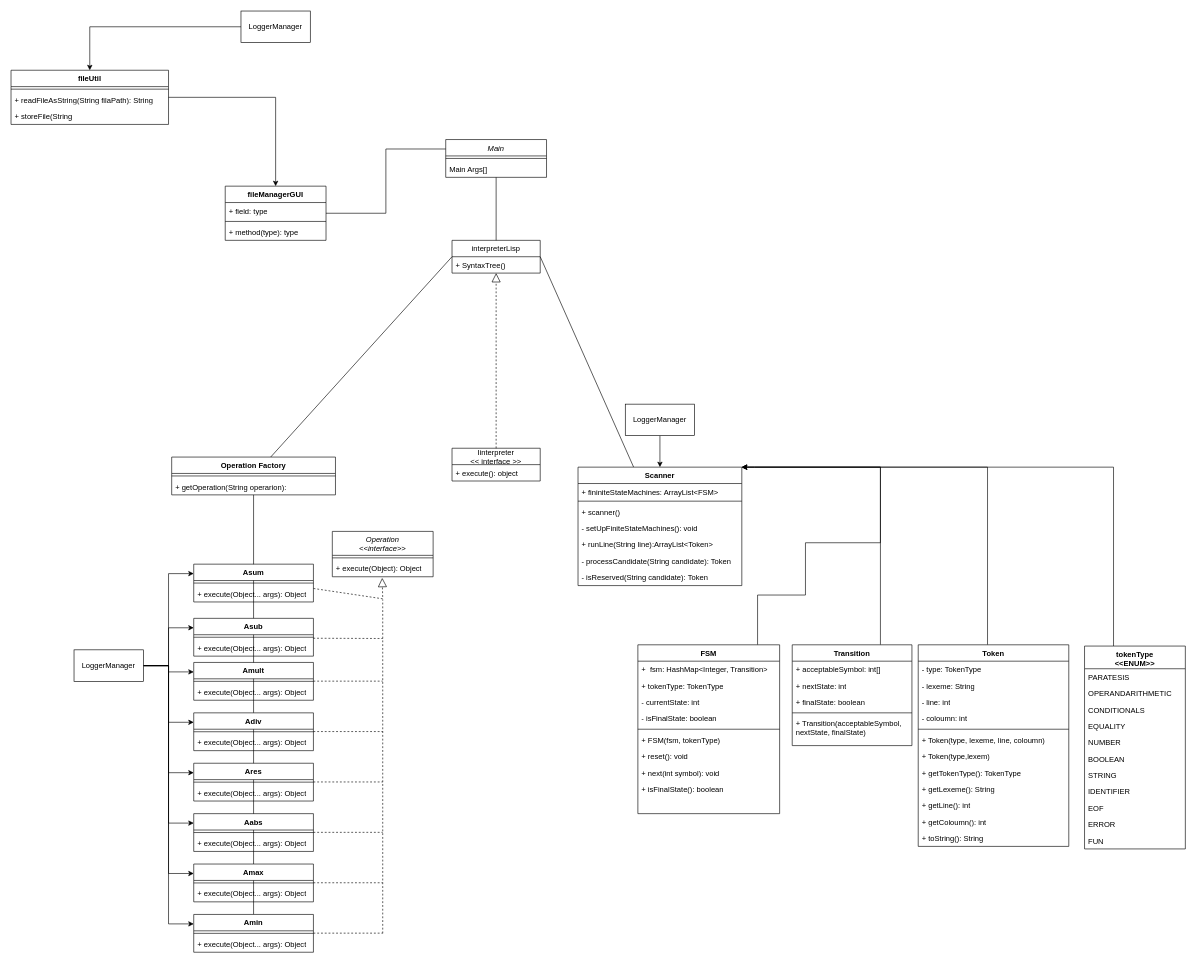
Earlier version of the draw.io diagram project1/Analysis/ULM.drawio (adrianArimany/proyectos_AED). Source tidied: cells renumbered, new cells numbered last; positions are measured from the earlier drawing's top-left corner, leaving out a move shared by most shapes. Both pictures are drawn from the tidied source at 63%, with x=0, y=0 at pixel (11, 11).
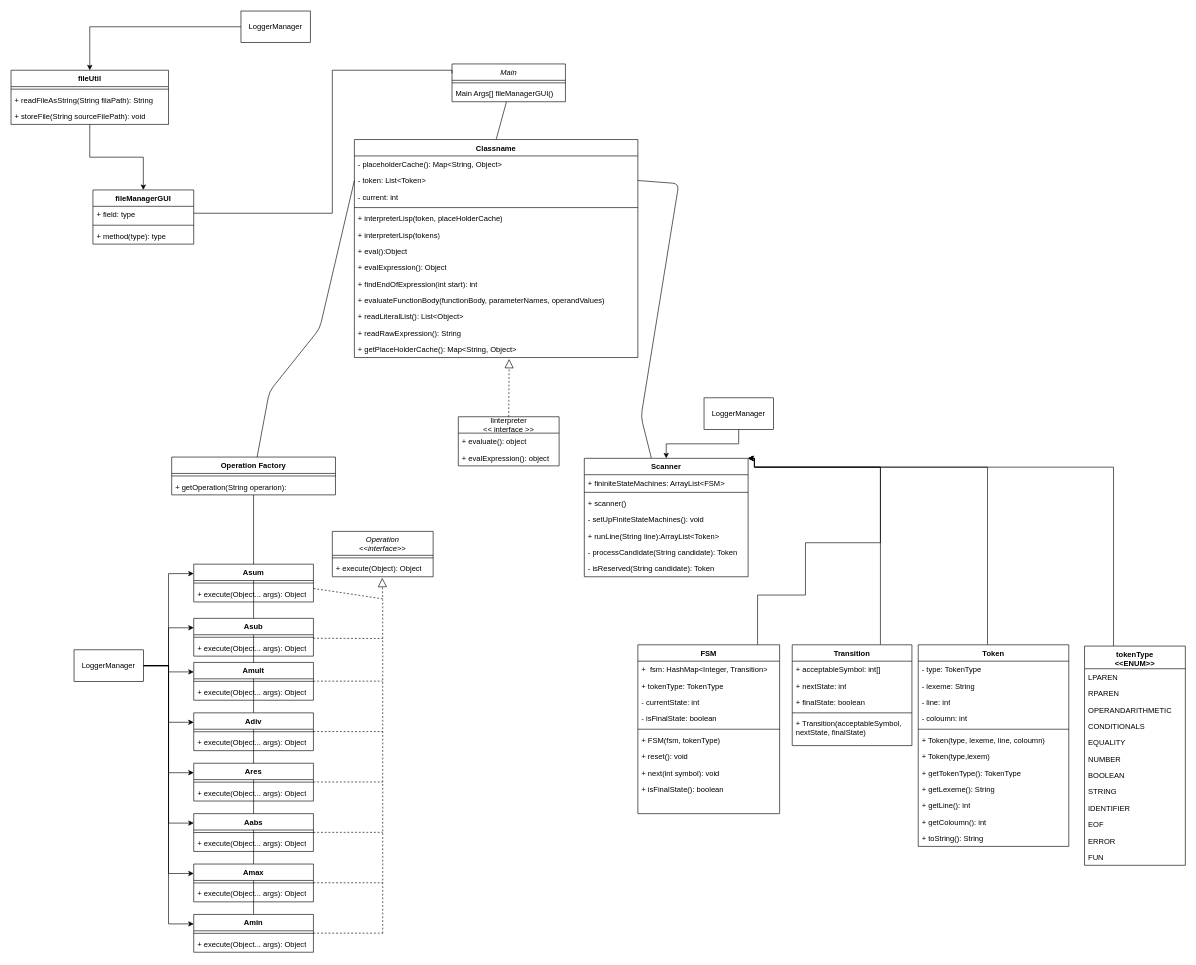
After the change.

The change refers to these unchanged cells:
```xml
<mxCell id="7" value="Operation Factory" style="swimlane;fontStyle=1;align=center;verticalAlign=top;horizontal=1;startSize=26;" parent="1" vertex="1">
  <mxGeometry x="255" y="708" width="260" height="60" as="geometry" />
</mxCell>
<mxCell id="100" value="fileUtil" style="swimlane;fontStyle=1;align=center;verticalAlign=top;horizontal=1;startSize=26;whiteSpace=wrap;html=1;" parent="1" vertex="1">
  <mxGeometry y="94" width="250" height="86" as="geometry" />
</mxCell>
```

Change to the diagram source:
```diff
@@
     <mxCell id="3" value="Main" style="swimlane;fontStyle=2;align=center;verticalAlign=top;horizontal=1;startSize=26;rounded=0;shadow=0;strokeWidth=1;" parent="1" vertex="1">
-      <mxGeometry x="690" y="204" width="160" height="60" as="geometry" />
+      <mxGeometry x="700" y="84" width="180" height="60" as="geometry" />
     </mxCell>
     <mxCell id="4" style="line;html=1;strokeWidth=1;align=left;verticalAlign=middle;spacingTop=-1;spacingLeft=3;spacingRight=3;labelPosition=right;" parent="3" vertex="1">
-      <mxGeometry y="26" width="160" height="8" as="geometry" />
+      <mxGeometry y="26" width="180" height="8" as="geometry" />
     </mxCell>
-    <mxCell id="5" value="Main Args[]" style="text;align=left;verticalAlign=top;spacingLeft=4;spacingRight=4;overflow=hidden;points=[[0,0.5],[1,0.5]];portConstraint=eastwest;" parent="3" vertex="1">
-      <mxGeometry y="34" width="160" height="26" as="geometry" />
+    <mxCell id="5" value="Main Args[] fileManagerGUI()" style="text;align=left;verticalAlign=top;spacingLeft=4;spacingRight=4;overflow=hidden;points=[[0,0.5],[1,0.5]];portConstraint=eastwest;" parent="3" vertex="1">
+      <mxGeometry y="34" width="180" height="26" as="geometry" />
     </mxCell>
-    <mxCell id="6" style="edgeStyle=none;html=1;entryX=0;entryY=0.5;entryDx=0;entryDy=0;endArrow=none;endFill=0;" parent="1" edge="1" source="7" target="56">
-      <mxGeometry relative="1" as="geometry" />
+    <mxCell id="6" style="edgeStyle=none;html=1;entryX=0;entryY=0.5;entryDx=0;entryDy=0;endArrow=none;endFill=0;" parent="1" edge="1" source="7" target="134">
+      <mxGeometry relative="1" as="geometry">
+        <Array as="points">
+          <mxPoint x="410" y="604" />
+          <mxPoint x="490" y="504" />
+        </Array>
+      </mxGeometry>
     </mxCell>
@@
-    <mxCell id="10" style="edgeStyle=none;html=1;entryX=1;entryY=0.5;entryDx=0;entryDy=0;endArrow=none;endFill=0;" parent="1" edge="1" source="11" target="56">
-      <mxGeometry relative="1" as="geometry" />
+    <mxCell id="10" style="edgeStyle=none;html=1;entryX=1;entryY=0.5;entryDx=0;entryDy=0;endArrow=none;endFill=0;" parent="1" edge="1" source="11" target="134">
+      <mxGeometry relative="1" as="geometry">
+        <Array as="points">
+          <mxPoint x="1000" y="644" />
+          <mxPoint x="1060" y="274" />
+        </Array>
+      </mxGeometry>
     </mxCell>
     <mxCell id="11" value="Scanner" style="swimlane;fontStyle=1;align=center;verticalAlign=top;horizontal=1;startSize=26;" parent="1" vertex="1">
-      <mxGeometry x="900" y="724" width="260" height="188" as="geometry" />
+      <mxGeometry x="910" y="710" width="260" height="188" as="geometry" />
     </mxCell>
@@
-    <mxCell id="55" style="edgeStyle=none;html=1;endArrow=none;endFill=0;" parent="1" edge="1" source="56" target="5">
+    <mxCell id="55" style="edgeStyle=none;html=1;endArrow=none;endFill=0;exitX=0.5;exitY=0;exitDx=0;exitDy=0;" parent="1" edge="1" source="132" target="5">
       <mxGeometry relative="1" as="geometry" />
     </mxCell>
-    <mxCell id="56" value="interpreterLisp" style="swimlane;fontStyle=0;horizontal=1;startSize=26;fillColor=none;" parent="1" vertex="1">
-      <mxGeometry x="700" y="364" width="140" height="52" as="geometry" />
-    </mxCell>
-    <mxCell id="57" value="+ SyntaxTree() " style="text;strokeColor=none;fillColor=none;align=left;verticalAlign=top;spacingLeft=4;spacingRight=4;overflow=hidden;points=[[0,0.5],[1,0.5]];portConstraint=eastwest;" parent="56" vertex="1">
-      <mxGeometry y="26" width="140" height="26" as="geometry" />
-    </mxCell>
     <mxCell id="58" value="Iinterpreter&#10;&lt;&lt; interface &gt;&gt;" style="swimlane;fontStyle=0;horizontal=1;startSize=26;fillColor=none;" parent="1" vertex="1">
-      <mxGeometry x="700" y="694" width="140" height="52" as="geometry" />
+      <mxGeometry x="710" y="644" width="160" height="78" as="geometry" />
     </mxCell>
-    <mxCell id="59" value="+ execute(): object" style="text;strokeColor=none;fillColor=none;align=left;verticalAlign=top;spacingLeft=4;spacingRight=4;overflow=hidden;" parent="58" vertex="1">
-      <mxGeometry y="26" width="140" height="26" as="geometry" />
+    <mxCell id="59" value="+ evaluate(): object" style="text;strokeColor=none;fillColor=none;align=left;verticalAlign=top;spacingLeft=4;spacingRight=4;overflow=hidden;" parent="58" vertex="1">
+      <mxGeometry y="26" width="160" height="26" as="geometry" />
     </mxCell>
+    <mxCell id="130" value="+ evalExpression(): object" style="text;strokeColor=none;fillColor=none;align=left;verticalAlign=top;spacingLeft=4;spacingRight=4;overflow=hidden;" parent="58" vertex="1">
+      <mxGeometry y="52" width="160" height="26" as="geometry" />
+    </mxCell>
-    <mxCell id="60" style="endArrow=block;dashed=1;endFill=0;endSize=12;html=1;exitX=0.5;exitY=0;exitDx=0;exitDy=0;" parent="1" edge="1" source="58" target="57">
+    <mxCell id="60" style="endArrow=block;dashed=1;endFill=0;endSize=12;html=1;exitX=0.5;exitY=0;exitDx=0;exitDy=0;entryX=0.546;entryY=1.09;entryDx=0;entryDy=0;entryPerimeter=0;" parent="1" edge="1" source="58" target="145">
       <mxGeometry relative="1" as="geometry" />
     </mxCell>
@@
     <mxCell id="94" style="edgeStyle=orthogonalEdgeStyle;rounded=0;jettySize=auto;html=1;entryX=0;entryY=0.25;entryDx=0;entryDy=0;endArrow=none;startFill=0;" parent="1" edge="1" source="95" target="3">
-      <mxGeometry relative="1" as="geometry" />
+      <mxGeometry relative="1" as="geometry">
+        <Array as="points">
+          <mxPoint x="510" y="321" />
+          <mxPoint x="510" y="94" />
+          <mxPoint x="700" y="94" />
+        </Array>
+      </mxGeometry>
     </mxCell>
     <mxCell id="95" value="fileManagerGUI" style="swimlane;fontStyle=1;align=center;verticalAlign=top;horizontal=1;startSize=26;whiteSpace=wrap;html=1;" parent="1" vertex="1">
-      <mxGeometry x="340" y="278" width="160" height="86" as="geometry" />
+      <mxGeometry x="130" y="284" width="160" height="86" as="geometry" />
     </mxCell>
@@
-    <mxCell id="103" value="+ storeFile(String&amp;nbsp;" style="text;strokeColor=none;fillColor=none;align=left;verticalAlign=top;spacingLeft=4;spacingRight=4;overflow=hidden;whiteSpace=wrap;html=1;" parent="100" vertex="1">
+    <mxCell id="103" value="+ storeFile(String sourceFilePath): void" style="text;strokeColor=none;fillColor=none;align=left;verticalAlign=top;spacingLeft=4;spacingRight=4;overflow=hidden;whiteSpace=wrap;html=1;" parent="100" vertex="1">
       <mxGeometry y="60" width="250" height="26" as="geometry" />
     </mxCell>
@@
     <mxCell id="105" value="tokenType&lt;br&gt;&amp;lt;&amp;lt;ENUM&amp;gt;&amp;gt;" style="swimlane;fontStyle=1;align=center;verticalAlign=top;horizontal=1;startSize=36;whiteSpace=wrap;html=1;" parent="1" vertex="1">
-      <mxGeometry x="1704" y="1008" width="160" height="322" as="geometry" />
+      <mxGeometry x="1704" y="1008" width="160" height="348" as="geometry" />
     </mxCell>
-    <mxCell id="106" value="PARATESIS" style="text;strokeColor=none;fillColor=none;align=left;verticalAlign=top;spacingLeft=4;spacingRight=4;overflow=hidden;whiteSpace=wrap;html=1;" parent="105" vertex="1">
+    <mxCell id="106" value="LPAREN" style="text;strokeColor=none;fillColor=none;align=left;verticalAlign=top;spacingLeft=4;spacingRight=4;overflow=hidden;whiteSpace=wrap;html=1;" parent="105" vertex="1">
       <mxGeometry y="36" width="160" height="26" as="geometry" />
     </mxCell>
+    <mxCell id="131" value="RPAREN" style="text;strokeColor=none;fillColor=none;align=left;verticalAlign=top;spacingLeft=4;spacingRight=4;overflow=hidden;whiteSpace=wrap;html=1;" parent="105" vertex="1">
+      <mxGeometry y="62" width="160" height="26" as="geometry" />
+    </mxCell>
     <mxCell id="107" value="OPERANDARITHMETIC" style="text;strokeColor=none;fillColor=none;align=left;verticalAlign=top;spacingLeft=4;spacingRight=4;overflow=hidden;whiteSpace=wrap;html=1;" parent="105" vertex="1">
-      <mxGeometry y="62" width="160" height="26" as="geometry" />
+      <mxGeometry y="88" width="160" height="26" as="geometry" />
     </mxCell>
     <mxCell id="108" value="CONDITIONALS" style="text;strokeColor=none;fillColor=none;align=left;verticalAlign=top;spacingLeft=4;spacingRight=4;overflow=hidden;whiteSpace=wrap;html=1;" parent="105" vertex="1">
-      <mxGeometry y="88" width="160" height="26" as="geometry" />
+      <mxGeometry y="114" width="160" height="26" as="geometry" />
     </mxCell>
     <mxCell id="109" value="EQUALITY" style="text;strokeColor=none;fillColor=none;align=left;verticalAlign=top;spacingLeft=4;spacingRight=4;overflow=hidden;whiteSpace=wrap;html=1;" parent="105" vertex="1">
-      <mxGeometry y="114" width="160" height="26" as="geometry" />
+      <mxGeometry y="140" width="160" height="26" as="geometry" />
     </mxCell>
     <mxCell id="110" value="NUMBER" style="text;strokeColor=none;fillColor=none;align=left;verticalAlign=top;spacingLeft=4;spacingRight=4;overflow=hidden;whiteSpace=wrap;html=1;" parent="105" vertex="1">
-      <mxGeometry y="140" width="160" height="26" as="geometry" />
+      <mxGeometry y="166" width="160" height="26" as="geometry" />
     </mxCell>
     <mxCell id="111" value="BOOLEAN" style="text;strokeColor=none;fillColor=none;align=left;verticalAlign=top;spacingLeft=4;spacingRight=4;overflow=hidden;whiteSpace=wrap;html=1;" parent="105" vertex="1">
-      <mxGeometry y="166" width="160" height="26" as="geometry" />
+      <mxGeometry y="192" width="160" height="26" as="geometry" />
     </mxCell>
     <mxCell id="112" value="STRING" style="text;strokeColor=none;fillColor=none;align=left;verticalAlign=top;spacingLeft=4;spacingRight=4;overflow=hidden;whiteSpace=wrap;html=1;" parent="105" vertex="1">
-      <mxGeometry y="192" width="160" height="26" as="geometry" />
+      <mxGeometry y="218" width="160" height="26" as="geometry" />
     </mxCell>
     <mxCell id="113" value="IDENTIFIER" style="text;strokeColor=none;fillColor=none;align=left;verticalAlign=top;spacingLeft=4;spacingRight=4;overflow=hidden;whiteSpace=wrap;html=1;" parent="105" vertex="1">
-      <mxGeometry y="218" width="160" height="26" as="geometry" />
+      <mxGeometry y="244" width="160" height="26" as="geometry" />
     </mxCell>
     <mxCell id="114" value="EOF" style="text;strokeColor=none;fillColor=none;align=left;verticalAlign=top;spacingLeft=4;spacingRight=4;overflow=hidden;whiteSpace=wrap;html=1;" parent="105" vertex="1">
-      <mxGeometry y="244" width="160" height="26" as="geometry" />
+      <mxGeometry y="270" width="160" height="26" as="geometry" />
     </mxCell>
     <mxCell id="115" value="ERROR" style="text;strokeColor=none;fillColor=none;align=left;verticalAlign=top;spacingLeft=4;spacingRight=4;overflow=hidden;whiteSpace=wrap;html=1;" parent="105" vertex="1">
-      <mxGeometry y="270" width="160" height="26" as="geometry" />
+      <mxGeometry y="296" width="160" height="26" as="geometry" />
     </mxCell>
     <mxCell id="116" value="FUN" style="text;strokeColor=none;fillColor=none;align=left;verticalAlign=top;spacingLeft=4;spacingRight=4;overflow=hidden;whiteSpace=wrap;html=1;" parent="105" vertex="1">
-      <mxGeometry y="296" width="160" height="26" as="geometry" />
+      <mxGeometry y="322" width="160" height="26" as="geometry" />
     </mxCell>
@@
     <mxCell id="118" value="LoggerManager" style="html=1;whiteSpace=wrap;" parent="1" vertex="1">
-      <mxGeometry x="975" y="624" width="110" height="50" as="geometry" />
+      <mxGeometry x="1100" y="614" width="110" height="50" as="geometry" />
     </mxCell>
@@
+    <mxCell id="132" value="Classname" style="swimlane;fontStyle=1;align=center;verticalAlign=top;horizontal=1;startSize=26;whiteSpace=wrap;html=1;" parent="1" vertex="1">
+      <mxGeometry x="545" y="204" width="450" height="346" as="geometry" />
+    </mxCell>
+    <mxCell id="133" value="&lt;span style=&quot;text-wrap-mode: nowrap;&quot;&gt;- placeholderCache(): Map&amp;lt;String, Object&amp;gt;&amp;nbsp;&lt;/span&gt;" style="text;strokeColor=none;fillColor=none;align=left;verticalAlign=top;spacingLeft=4;spacingRight=4;overflow=hidden;whiteSpace=wrap;html=1;" parent="132" vertex="1">
+      <mxGeometry y="26" width="450" height="26" as="geometry" />
+    </mxCell>
+    <mxCell id="134" value="&lt;span style=&quot;text-wrap-mode: nowrap;&quot;&gt;- token: List&amp;lt;Token&amp;gt;&lt;/span&gt;" style="text;strokeColor=none;fillColor=none;align=left;verticalAlign=top;spacingLeft=4;spacingRight=4;overflow=hidden;points=[[0,0.5],[1,0.5]];portConstraint=eastwest;whiteSpace=wrap;html=1;" parent="132" vertex="1">
+      <mxGeometry y="52" width="450" height="26" as="geometry" />
+    </mxCell>
+    <mxCell id="135" value="&lt;span style=&quot;text-wrap-mode: nowrap;&quot;&gt;- current: int&lt;/span&gt;" style="text;strokeColor=none;fillColor=none;align=left;verticalAlign=top;spacingLeft=4;spacingRight=4;overflow=hidden;whiteSpace=wrap;html=1;" parent="132" vertex="1">
+      <mxGeometry y="78" width="450" height="26" as="geometry" />
+    </mxCell>
+    <mxCell id="136" style="line;strokeWidth=1;fillColor=none;align=left;verticalAlign=middle;spacingTop=-1;spacingLeft=3;spacingRight=3;labelPosition=right;strokeColor=inherit;" parent="132" vertex="1">
+      <mxGeometry y="104" width="450" height="8" as="geometry" />
+    </mxCell>
+    <mxCell id="137" value="+&amp;nbsp;interpreterLisp(token, placeHolderCache)" style="text;strokeColor=none;fillColor=none;align=left;verticalAlign=top;spacingLeft=4;spacingRight=4;overflow=hidden;whiteSpace=wrap;html=1;" parent="132" vertex="1">
+      <mxGeometry y="112" width="450" height="26" as="geometry" />
+    </mxCell>
+    <mxCell id="138" value="+ interpreterLisp(tokens)" style="text;strokeColor=none;fillColor=none;align=left;verticalAlign=top;spacingLeft=4;spacingRight=4;overflow=hidden;whiteSpace=wrap;html=1;" parent="132" vertex="1">
+      <mxGeometry y="138" width="450" height="26" as="geometry" />
+    </mxCell>
+    <mxCell id="139" value="+ eval():Object&amp;nbsp;" style="text;strokeColor=none;fillColor=none;align=left;verticalAlign=top;spacingLeft=4;spacingRight=4;overflow=hidden;whiteSpace=wrap;html=1;" parent="132" vertex="1">
+      <mxGeometry y="164" width="450" height="26" as="geometry" />
+    </mxCell>
+    <mxCell id="140" value="+&amp;nbsp;evalExpression(): Object" style="text;strokeColor=none;fillColor=none;align=left;verticalAlign=top;spacingLeft=4;spacingRight=4;overflow=hidden;whiteSpace=wrap;html=1;" parent="132" vertex="1">
+      <mxGeometry y="190" width="450" height="26" as="geometry" />
+    </mxCell>
+    <mxCell id="141" value="+&amp;nbsp;findEndOfExpression(int start): int" style="text;strokeColor=none;fillColor=none;align=left;verticalAlign=top;spacingLeft=4;spacingRight=4;overflow=hidden;whiteSpace=wrap;html=1;" parent="132" vertex="1">
+      <mxGeometry y="216" width="450" height="26" as="geometry" />
+    </mxCell>
+    <mxCell id="142" value="+&amp;nbsp;evaluateFunctionBody(functionBody, parameterNames, operandValues)" style="text;strokeColor=none;fillColor=none;align=left;verticalAlign=top;spacingLeft=4;spacingRight=4;overflow=hidden;whiteSpace=wrap;html=1;" parent="132" vertex="1">
+      <mxGeometry y="242" width="450" height="26" as="geometry" />
+    </mxCell>
+    <mxCell id="143" value="+ readLiteralList(): List&amp;lt;Object&amp;gt;" style="text;strokeColor=none;fillColor=none;align=left;verticalAlign=top;spacingLeft=4;spacingRight=4;overflow=hidden;whiteSpace=wrap;html=1;" parent="132" vertex="1">
+      <mxGeometry y="268" width="450" height="26" as="geometry" />
+    </mxCell>
+    <mxCell id="144" value="+ readRawExpression(): String" style="text;strokeColor=none;fillColor=none;align=left;verticalAlign=top;spacingLeft=4;spacingRight=4;overflow=hidden;whiteSpace=wrap;html=1;" parent="132" vertex="1">
+      <mxGeometry y="294" width="450" height="26" as="geometry" />
+    </mxCell>
+    <mxCell id="145" value="+ getPlaceHolderCache(): Map&amp;lt;String, Object&amp;gt;" style="text;strokeColor=none;fillColor=none;align=left;verticalAlign=top;spacingLeft=4;spacingRight=4;overflow=hidden;points=[[0,0.5],[1,0.5]];portConstraint=eastwest;whiteSpace=wrap;html=1;" parent="132" vertex="1">
+      <mxGeometry y="320" width="450" height="26" as="geometry" />
+    </mxCell>
```
